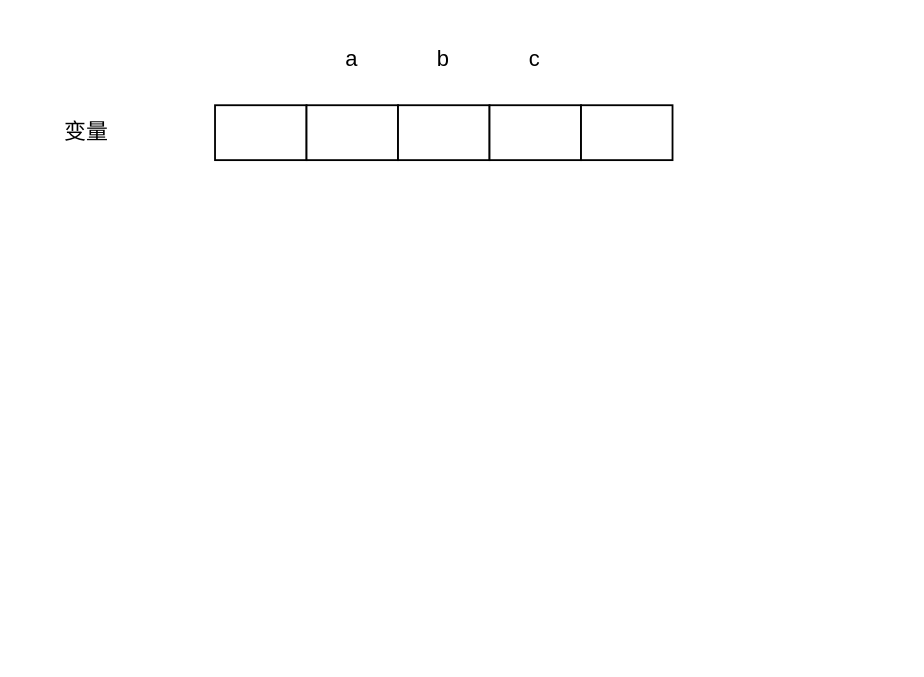
Earlier version of the draw.io diagram Rust/未命名绘图.drawio (1595901624/GitTest). Source tidied: cells renumbered, new cells numbered last; positions are measured from the earlier drawing's top-left corner, leaving out a move shared by most shapes. Both pictures are drawn from the tidied source at 183%, with x=0, y=0 at pixel (31, 31).
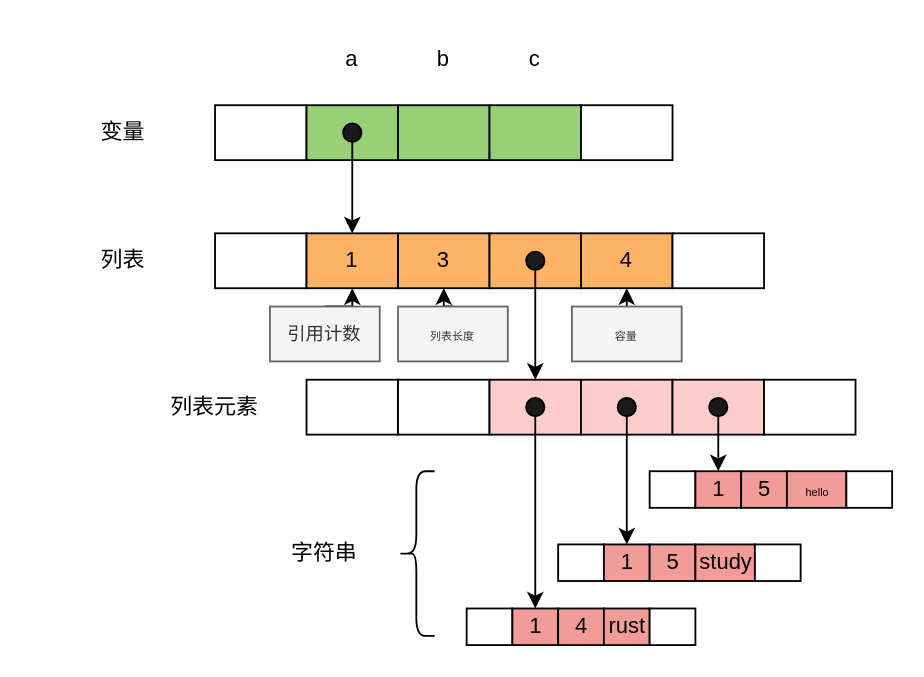
The same page after the edit.

Commit message (it also covers changes not shown here):
更新未命名绘图.drawio

Diff of the diagram source:
```diff
@@
-    <mxCell id="3" style="rounded=0;whiteSpace=wrap;html=1;" parent="1" vertex="1">
+    <mxCell id="3" style="rounded=0;whiteSpace=wrap;html=1;fillColor=#97D077;" parent="1" vertex="1">
       <mxGeometry x="150" y="40" width="50" height="30" as="geometry" />
     </mxCell>
-    <mxCell id="4" style="rounded=0;whiteSpace=wrap;html=1;" parent="1" vertex="1">
+    <mxCell id="4" style="rounded=0;whiteSpace=wrap;html=1;fillColor=#97D077;" parent="1" vertex="1">
       <mxGeometry x="200" y="40" width="50" height="30" as="geometry" />
     </mxCell>
-    <mxCell id="5" style="rounded=0;whiteSpace=wrap;html=1;" parent="1" vertex="1">
+    <mxCell id="5" style="rounded=0;whiteSpace=wrap;html=1;fillColor=#97D077;" parent="1" vertex="1">
       <mxGeometry x="250" y="40" width="50" height="30" as="geometry" />
     </mxCell>
@@
     <mxCell id="7" value="变量" style="text;html=1;strokeColor=none;fillColor=none;align=center;verticalAlign=middle;whiteSpace=wrap;rounded=0;" parent="1" vertex="1">
-      <mxGeometry y="40" width="60" height="30" as="geometry" />
+      <mxGeometry x="20" y="40" width="60" height="30" as="geometry" />
     </mxCell>
@@
+    <mxCell id="11" style="rounded=0;whiteSpace=wrap;html=1;" parent="1" vertex="1">
+      <mxGeometry x="100" y="110" width="50" height="30" as="geometry" />
+    </mxCell>
+    <mxCell id="12" value="1" style="rounded=0;whiteSpace=wrap;html=1;fillColor=#FFB366;" parent="1" vertex="1">
+      <mxGeometry x="150" y="110" width="50" height="30" as="geometry" />
+    </mxCell>
+    <mxCell id="13" value="3" style="rounded=0;whiteSpace=wrap;html=1;fillColor=#FFB366;" parent="1" vertex="1">
+      <mxGeometry x="200" y="110" width="50" height="30" as="geometry" />
+    </mxCell>
+    <mxCell id="14" style="rounded=0;whiteSpace=wrap;html=1;fillColor=#FFB366;" parent="1" vertex="1">
+      <mxGeometry x="250" y="110" width="50" height="30" as="geometry" />
+    </mxCell>
+    <mxCell id="15" value="4" style="rounded=0;whiteSpace=wrap;html=1;fillColor=#FFB366;" parent="1" vertex="1">
+      <mxGeometry x="300" y="110" width="50" height="30" as="geometry" />
+    </mxCell>
+    <mxCell id="16" style="rounded=0;whiteSpace=wrap;html=1;" parent="1" vertex="1">
+      <mxGeometry x="350" y="110" width="50" height="30" as="geometry" />
+    </mxCell>
+    <mxCell id="17" value="列表" style="text;html=1;strokeColor=none;fillColor=none;align=center;verticalAlign=middle;whiteSpace=wrap;rounded=0;" parent="1" vertex="1">
+      <mxGeometry x="20" y="110" width="60" height="30" as="geometry" />
+    </mxCell>
+    <mxCell id="18" style="edgeStyle=orthogonalEdgeStyle;rounded=0;jettySize=auto;html=1;exitX=0.5;exitY=0;exitDx=0;exitDy=0;entryX=0.5;entryY=1;entryDx=0;entryDy=0;fontFamily=Verdana;fontSize=6;" parent="1" edge="1" source="19" target="12">
+      <mxGeometry relative="1" as="geometry" />
+    </mxCell>
+    <mxCell id="19" value="&lt;font style=&quot;font-size: 10px;&quot;&gt;引用计数&lt;/font&gt;" style="text;html=1;strokeColor=#666666;fillColor=#f5f5f5;align=center;verticalAlign=middle;whiteSpace=wrap;rounded=0;fontSize=10;fontColor=#333333;" parent="1" vertex="1">
+      <mxGeometry x="130" y="150" width="60" height="30" as="geometry" />
+    </mxCell>
+    <mxCell id="20" style="edgeStyle=orthogonalEdgeStyle;rounded=0;jettySize=auto;html=1;exitX=0.5;exitY=0;exitDx=0;exitDy=0;entryX=0.5;entryY=1;entryDx=0;entryDy=0;fontFamily=Verdana;fontSize=6;" parent="1" edge="1" source="21" target="13">
+      <mxGeometry relative="1" as="geometry" />
+    </mxCell>
+    <mxCell id="21" value="&lt;font style=&quot;font-size: 6px;&quot;&gt;列表长度&lt;/font&gt;" style="text;html=1;strokeColor=#666666;fillColor=#f5f5f5;align=center;verticalAlign=middle;whiteSpace=wrap;rounded=0;fontColor=#333333;" parent="1" vertex="1">
+      <mxGeometry x="200" y="150" width="60" height="30" as="geometry" />
+    </mxCell>
+    <mxCell id="22" style="edgeStyle=orthogonalEdgeStyle;rounded=0;jettySize=auto;html=1;exitX=0.5;exitY=0;exitDx=0;exitDy=0;entryX=0.5;entryY=1;entryDx=0;entryDy=0;fontFamily=Verdana;fontSize=6;" parent="1" edge="1" source="23" target="15">
+      <mxGeometry relative="1" as="geometry" />
+    </mxCell>
+    <mxCell id="23" value="&lt;font style=&quot;font-size: 6px;&quot;&gt;容量&lt;/font&gt;" style="text;html=1;strokeColor=#666666;fillColor=#f5f5f5;align=center;verticalAlign=middle;whiteSpace=wrap;rounded=0;fontColor=#333333;" parent="1" vertex="1">
+      <mxGeometry x="295" y="150" width="60" height="30" as="geometry" />
+    </mxCell>
+    <mxCell id="24" style="rounded=0;whiteSpace=wrap;html=1;fillColor=#FFFFFF;" parent="1" vertex="1">
+      <mxGeometry x="150" y="190" width="50" height="30" as="geometry" />
+    </mxCell>
+    <mxCell id="25" style="rounded=0;whiteSpace=wrap;html=1;fillColor=#FFFFFF;" parent="1" vertex="1">
+      <mxGeometry x="200" y="190" width="50" height="30" as="geometry" />
+    </mxCell>
+    <mxCell id="26" style="rounded=0;whiteSpace=wrap;html=1;fillColor=#FFCCCC;" parent="1" vertex="1">
+      <mxGeometry x="250" y="190" width="50" height="30" as="geometry" />
+    </mxCell>
+    <mxCell id="27" style="rounded=0;whiteSpace=wrap;html=1;fillColor=#FFCCCC;" parent="1" vertex="1">
+      <mxGeometry x="300" y="190" width="50" height="30" as="geometry" />
+    </mxCell>
+    <mxCell id="28" style="rounded=0;whiteSpace=wrap;html=1;fillColor=#FFCCCC;" parent="1" vertex="1">
+      <mxGeometry x="350" y="190" width="50" height="30" as="geometry" />
+    </mxCell>
+    <mxCell id="29" value="字符串" style="text;html=1;strokeColor=none;fillColor=none;align=center;verticalAlign=middle;whiteSpace=wrap;rounded=0;" parent="1" vertex="1">
+      <mxGeometry x="130" y="270" width="60" height="30" as="geometry" />
+    </mxCell>
+    <mxCell id="30" style="rounded=0;whiteSpace=wrap;html=1;" parent="1" vertex="1">
+      <mxGeometry x="400" y="190" width="50" height="30" as="geometry" />
+    </mxCell>
+    <mxCell id="31" style="rounded=0;whiteSpace=wrap;html=1;fillColor=#FFFFFF;" parent="1" vertex="1">
+      <mxGeometry x="337.5" y="240" width="25" height="20" as="geometry" />
+    </mxCell>
+    <mxCell id="32" value="1" style="rounded=0;whiteSpace=wrap;html=1;fillColor=#F19C99;" parent="1" vertex="1">
+      <mxGeometry x="362.5" y="240" width="25" height="20" as="geometry" />
+    </mxCell>
+    <mxCell id="33" value="5" style="rounded=0;whiteSpace=wrap;html=1;fillColor=#F19C99;" parent="1" vertex="1">
+      <mxGeometry x="387.5" y="240" width="25" height="20" as="geometry" />
+    </mxCell>
+    <mxCell id="34" value="&lt;p&gt;&lt;font style=&quot;font-size: 6px;&quot;&gt;hello&lt;/font&gt;&lt;/p&gt;" style="rounded=0;whiteSpace=wrap;html=1;fillColor=#F19C99;" parent="1" vertex="1">
+      <mxGeometry x="412.5" y="240" width="32.5" height="20" as="geometry" />
+    </mxCell>
+    <mxCell id="35" style="rounded=0;whiteSpace=wrap;html=1;fillColor=#FFFFFF;" parent="1" vertex="1">
+      <mxGeometry x="445" y="240" width="25" height="20" as="geometry" />
+    </mxCell>
+    <mxCell id="36" style="rounded=0;whiteSpace=wrap;html=1;fillColor=#FFFFFF;" parent="1" vertex="1">
+      <mxGeometry x="287.5" y="280" width="25" height="20" as="geometry" />
+    </mxCell>
+    <mxCell id="37" value="1" style="rounded=0;whiteSpace=wrap;html=1;fillColor=#F19C99;" parent="1" vertex="1">
+      <mxGeometry x="312.5" y="280" width="25" height="20" as="geometry" />
+    </mxCell>
+    <mxCell id="38" value="5" style="rounded=0;whiteSpace=wrap;html=1;fillColor=#F19C99;" parent="1" vertex="1">
+      <mxGeometry x="337.5" y="280" width="25" height="20" as="geometry" />
+    </mxCell>
+    <mxCell id="39" value="study" style="rounded=0;whiteSpace=wrap;html=1;fillColor=#F19C99;" parent="1" vertex="1">
+      <mxGeometry x="362.5" y="280" width="32.5" height="20" as="geometry" />
+    </mxCell>
+    <mxCell id="40" style="rounded=0;whiteSpace=wrap;html=1;fillColor=#FFFFFF;" parent="1" vertex="1">
+      <mxGeometry x="395" y="280" width="25" height="20" as="geometry" />
+    </mxCell>
+    <mxCell id="41" style="rounded=0;whiteSpace=wrap;html=1;fillColor=#FFFFFF;" parent="1" vertex="1">
+      <mxGeometry x="237.5" y="315" width="25" height="20" as="geometry" />
+    </mxCell>
+    <mxCell id="42" value="1" style="rounded=0;whiteSpace=wrap;html=1;fillColor=#F19C99;" parent="1" vertex="1">
+      <mxGeometry x="262.5" y="315" width="25" height="20" as="geometry" />
+    </mxCell>
+    <mxCell id="43" value="4" style="rounded=0;whiteSpace=wrap;html=1;fillColor=#F19C99;" parent="1" vertex="1">
+      <mxGeometry x="287.5" y="315" width="25" height="20" as="geometry" />
+    </mxCell>
+    <mxCell id="44" value="rust" style="rounded=0;whiteSpace=wrap;html=1;fillColor=#F19C99;" parent="1" vertex="1">
+      <mxGeometry x="312.5" y="315" width="25" height="20" as="geometry" />
+    </mxCell>
+    <mxCell id="45" style="rounded=0;whiteSpace=wrap;html=1;fillColor=#FFFFFF;" parent="1" vertex="1">
+      <mxGeometry x="337.5" y="315" width="25" height="20" as="geometry" />
+    </mxCell>
+    <mxCell id="46" style="edgeStyle=orthogonalEdgeStyle;rounded=0;orthogonalLoop=1;jettySize=auto;html=1;exitX=0.5;exitY=1;exitDx=0;exitDy=0;fontFamily=Helvetica;fontSize=6;" parent="1" edge="1" source="26" target="26">
+      <mxGeometry relative="1" as="geometry" />
+    </mxCell>
+    <mxCell id="47" style="edgeStyle=orthogonalEdgeStyle;rounded=0;jettySize=auto;html=1;exitX=0.5;exitY=1;exitDx=0;exitDy=0;entryX=0.5;entryY=0;entryDx=0;entryDy=0;fontFamily=Helvetica;fontSize=6;" parent="1" edge="1" source="48" target="42">
+      <mxGeometry relative="1" as="geometry" />
+    </mxCell>
+    <mxCell id="48" style="ellipse;whiteSpace=wrap;html=1;fontFamily=Helvetica;fontSize=6;fillColor=#1A1A1A;" parent="1" vertex="1">
+      <mxGeometry x="270" y="200" width="10" height="10" as="geometry" />
+    </mxCell>
+    <mxCell id="49" style="edgeStyle=orthogonalEdgeStyle;rounded=0;jettySize=auto;html=1;exitX=0.5;exitY=1;exitDx=0;exitDy=0;entryX=0.5;entryY=0;entryDx=0;entryDy=0;fontFamily=Helvetica;fontSize=6;" parent="1" edge="1" source="50" target="37">
+      <mxGeometry relative="1" as="geometry" />
+    </mxCell>
+    <mxCell id="50" style="ellipse;whiteSpace=wrap;html=1;fontFamily=Helvetica;fontSize=6;fillColor=#1A1A1A;" parent="1" vertex="1">
+      <mxGeometry x="320" y="200" width="10" height="10" as="geometry" />
+    </mxCell>
+    <mxCell id="51" style="edgeStyle=orthogonalEdgeStyle;rounded=0;jettySize=auto;html=1;exitX=0.5;exitY=1;exitDx=0;exitDy=0;entryX=0.5;entryY=0;entryDx=0;entryDy=0;fontFamily=Helvetica;fontSize=6;" parent="1" edge="1" source="52" target="32">
+      <mxGeometry relative="1" as="geometry" />
+    </mxCell>
+    <mxCell id="52" style="ellipse;whiteSpace=wrap;html=1;fontFamily=Helvetica;fontSize=6;fillColor=#1A1A1A;" parent="1" vertex="1">
+      <mxGeometry x="370" y="200" width="10" height="10" as="geometry" />
+    </mxCell>
+    <mxCell id="53" style="edgeStyle=orthogonalEdgeStyle;rounded=0;jettySize=auto;html=1;exitX=0.5;exitY=1;exitDx=0;exitDy=0;entryX=0.5;entryY=0;entryDx=0;entryDy=0;fontFamily=Helvetica;fontSize=6;" parent="1" edge="1" source="54" target="26">
+      <mxGeometry relative="1" as="geometry" />
+    </mxCell>
+    <mxCell id="54" style="ellipse;whiteSpace=wrap;html=1;fontFamily=Helvetica;fontSize=6;fillColor=#1A1A1A;" parent="1" vertex="1">
+      <mxGeometry x="270" y="120" width="10" height="10" as="geometry" />
+    </mxCell>
+    <mxCell id="55" style="edgeStyle=orthogonalEdgeStyle;rounded=0;jettySize=auto;html=1;exitX=0.5;exitY=1;exitDx=0;exitDy=0;entryX=0.5;entryY=0;entryDx=0;entryDy=0;fontFamily=Helvetica;fontSize=6;" parent="1" edge="1" source="56" target="12">
+      <mxGeometry relative="1" as="geometry" />
+    </mxCell>
+    <mxCell id="56" style="ellipse;whiteSpace=wrap;html=1;fontFamily=Helvetica;fontSize=6;fillColor=#1A1A1A;" parent="1" vertex="1">
+      <mxGeometry x="170" y="50" width="10" height="10" as="geometry" />
+    </mxCell>
+    <mxCell id="57" style="shape=curlyBracket;whiteSpace=wrap;html=1;rounded=1;fontFamily=Helvetica;fontSize=6;fillColor=#1A1A1A;" parent="1" vertex="1">
+      <mxGeometry x="200" y="240" width="20" height="90" as="geometry" />
+    </mxCell>
+    <mxCell id="58" value="列表元素" style="text;html=1;strokeColor=none;fillColor=none;align=center;verticalAlign=middle;whiteSpace=wrap;rounded=0;" parent="1" vertex="1">
+      <mxGeometry x="70" y="190" width="60" height="30" as="geometry" />
+    </mxCell>
```
